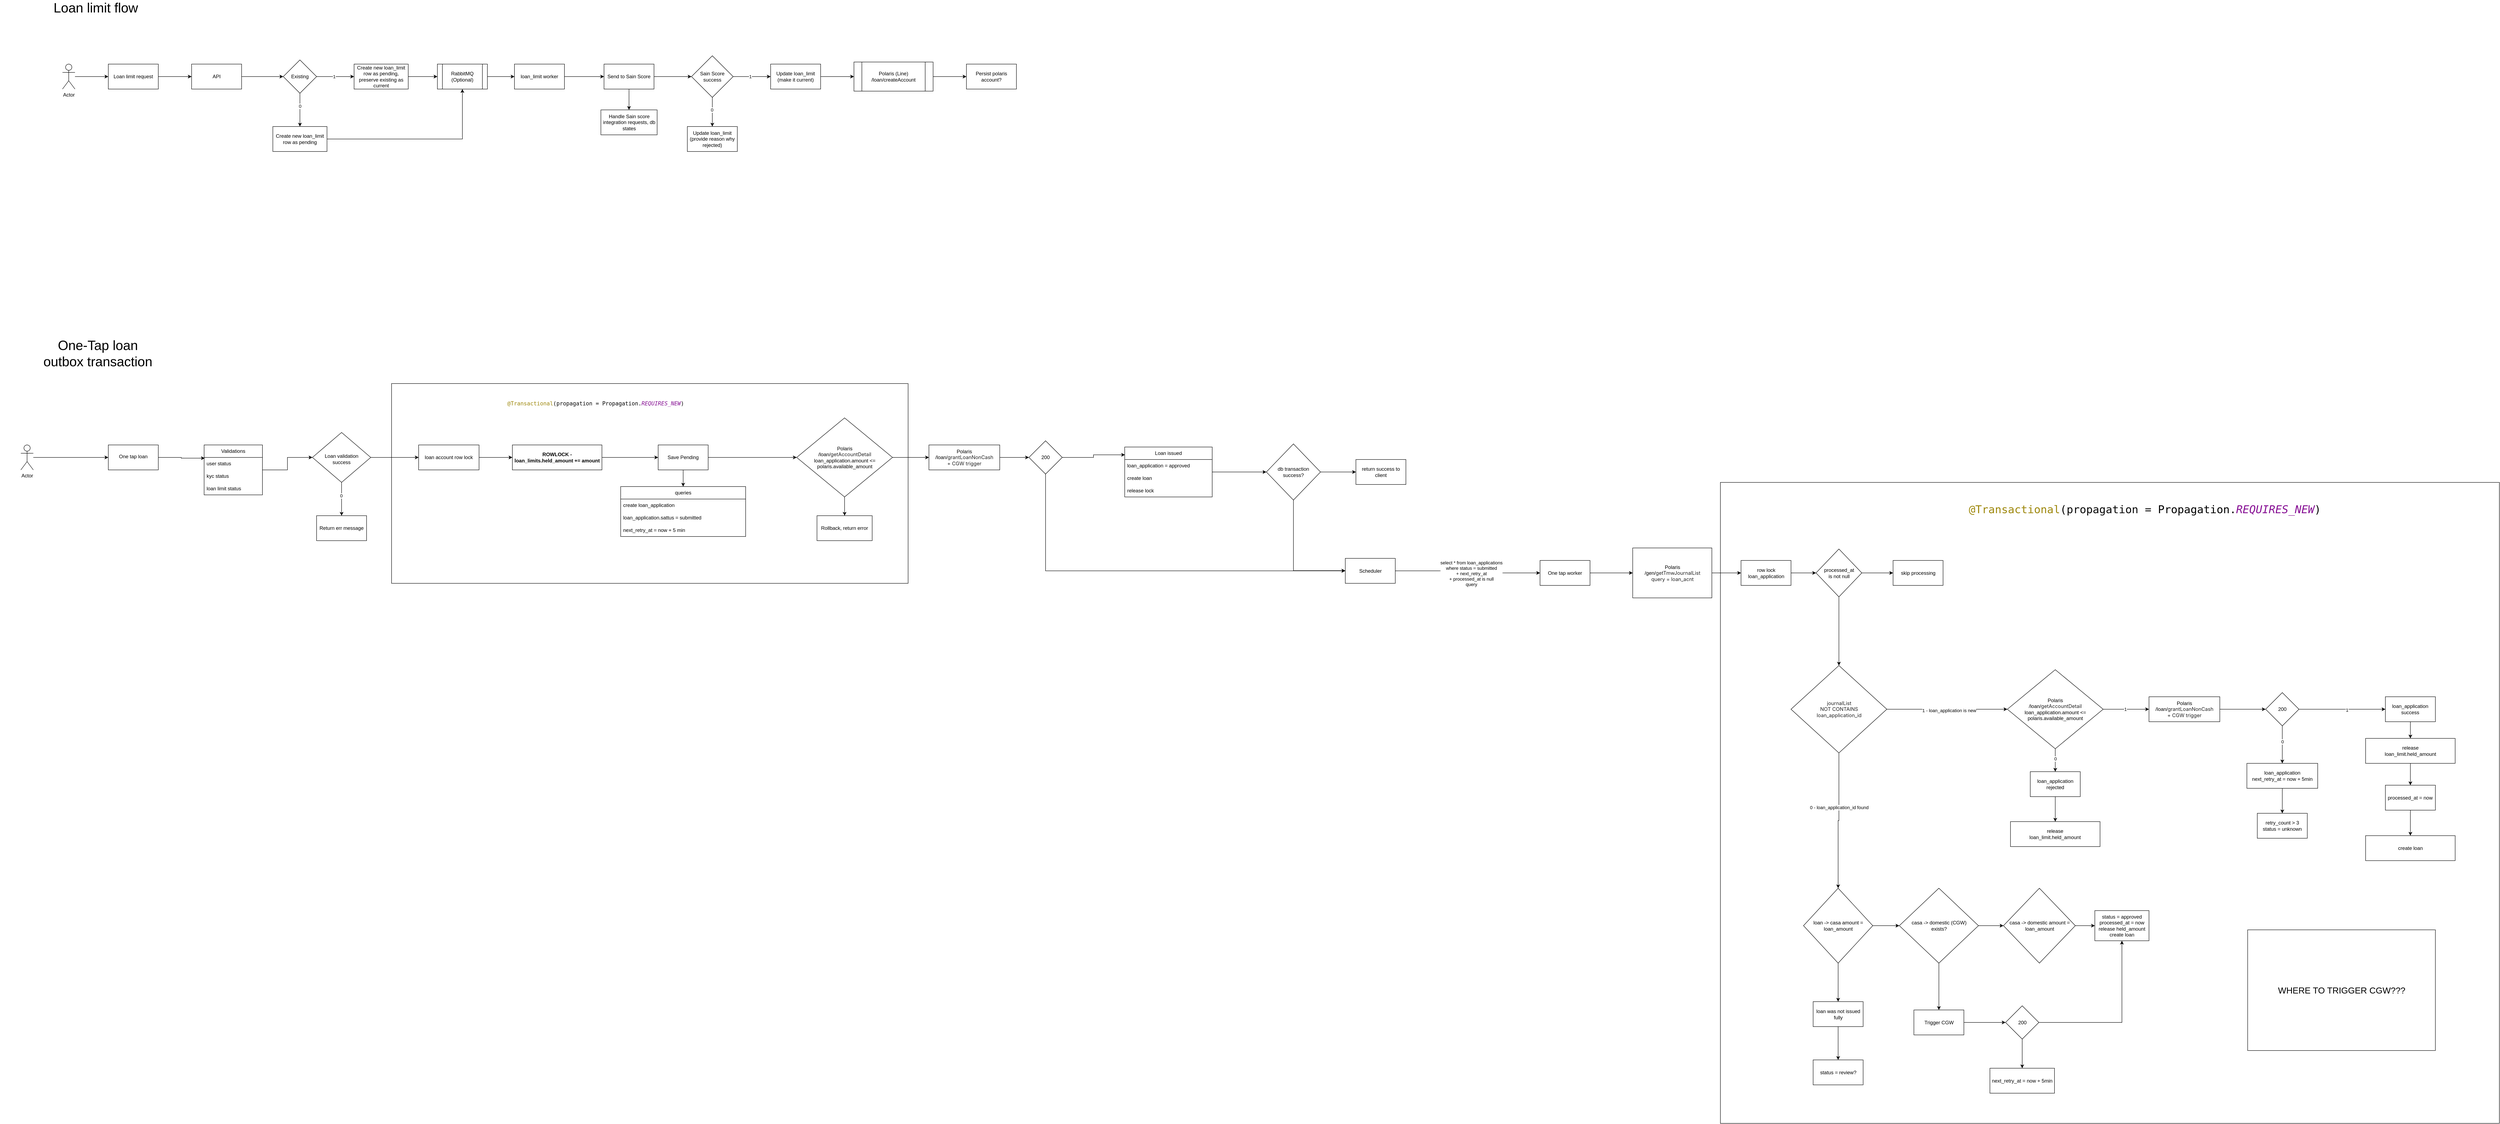
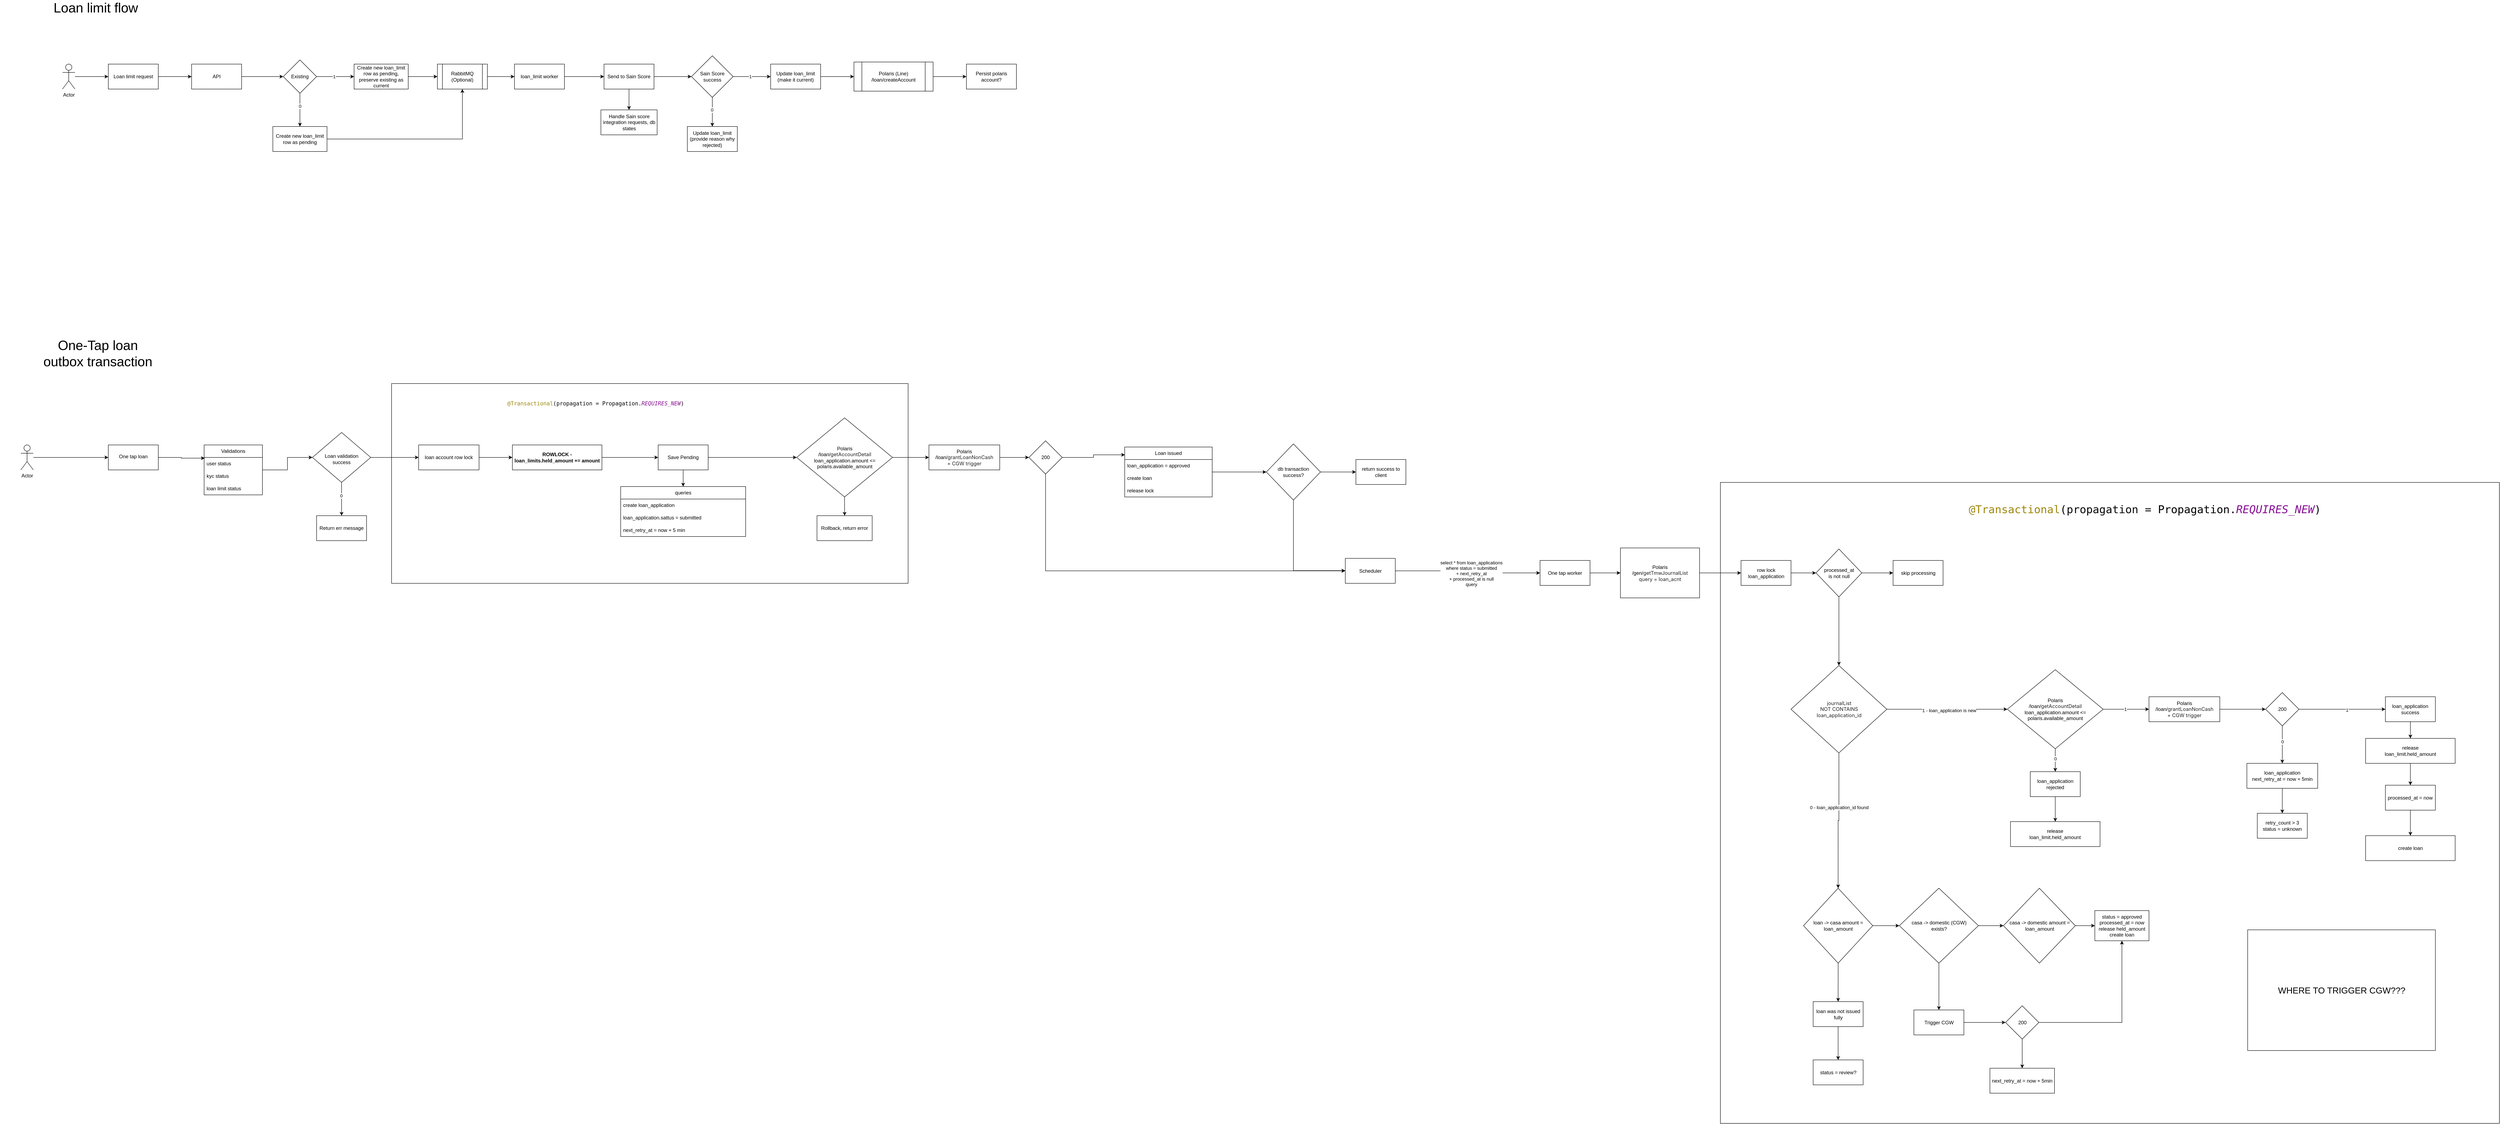
<mxfile host="app.diagrams.net">
  <diagram name="Page-1" id="VCBSuIh8bz7kurrQ0Zaz">
-     <mxGraphModel dx="3826" dy="1740" grid="1" gridSize="10" guides="1" tooltips="1" connect="1" arrows="1" fold="1" page="1" pageScale="1" pageWidth="850" pageHeight="1100" math="0" shadow="0">
+     <mxGraphModel dx="2425" dy="921" grid="1" gridSize="10" guides="1" tooltips="1" connect="1" arrows="1" fold="1" page="1" pageScale="1" pageWidth="850" pageHeight="1100" math="0" shadow="0">
      <root>
        <mxCell id="0" />
        <mxCell id="1" parent="0" />
        <mxCell id="In8fDh9ZLN2M87an2Miy-188" parent="1" style="rounded=0;whiteSpace=wrap;html=1;" value="" vertex="1">
          <mxGeometry height="1540" width="1870" x="4020" y="1215" as="geometry" />
        </mxCell>
        <mxCell id="In8fDh9ZLN2M87an2Miy-172" parent="1" style="rounded=0;whiteSpace=wrap;html=1;" value="" vertex="1">
          <mxGeometry height="480" width="1240" x="830" y="977.5" as="geometry" />
        </mxCell>
        <mxCell id="KqixbsF9o6dLofBvsG9t-5" edge="1" parent="1" source="KqixbsF9o6dLofBvsG9t-1" style="edgeStyle=orthogonalEdgeStyle;rounded=0;orthogonalLoop=1;jettySize=auto;html=1;" target="KqixbsF9o6dLofBvsG9t-4" value="">
          <mxGeometry relative="1" as="geometry" />
        </mxCell>
        <mxCell id="KqixbsF9o6dLofBvsG9t-1" parent="1" style="rounded=0;whiteSpace=wrap;html=1;" value="Loan limit request" vertex="1">
          <mxGeometry height="60" width="120" x="150" y="210" as="geometry" />
        </mxCell>
        <mxCell id="KqixbsF9o6dLofBvsG9t-3" edge="1" parent="1" source="KqixbsF9o6dLofBvsG9t-2" style="edgeStyle=orthogonalEdgeStyle;rounded=0;orthogonalLoop=1;jettySize=auto;html=1;" target="KqixbsF9o6dLofBvsG9t-1" value="">
          <mxGeometry relative="1" as="geometry" />
        </mxCell>
        <mxCell id="KqixbsF9o6dLofBvsG9t-2" parent="1" style="shape=umlActor;verticalLabelPosition=bottom;verticalAlign=top;html=1;outlineConnect=0;" value="Actor" vertex="1">
          <mxGeometry height="60" width="30" x="40" y="210" as="geometry" />
        </mxCell>
        <mxCell id="KqixbsF9o6dLofBvsG9t-9" edge="1" parent="1" source="KqixbsF9o6dLofBvsG9t-4" style="edgeStyle=orthogonalEdgeStyle;rounded=0;orthogonalLoop=1;jettySize=auto;html=1;" target="KqixbsF9o6dLofBvsG9t-8" value="">
          <mxGeometry relative="1" as="geometry" />
        </mxCell>
        <mxCell id="KqixbsF9o6dLofBvsG9t-4" parent="1" style="rounded=0;whiteSpace=wrap;html=1;" value="API" vertex="1">
          <mxGeometry height="60" width="120" x="350" y="210" as="geometry" />
        </mxCell>
        <mxCell id="KqixbsF9o6dLofBvsG9t-11" edge="1" parent="1" source="KqixbsF9o6dLofBvsG9t-8" style="edgeStyle=orthogonalEdgeStyle;rounded=0;orthogonalLoop=1;jettySize=auto;html=1;" target="KqixbsF9o6dLofBvsG9t-10" value="">
          <mxGeometry relative="1" as="geometry" />
        </mxCell>
        <mxCell id="KqixbsF9o6dLofBvsG9t-12" connectable="0" parent="KqixbsF9o6dLofBvsG9t-11" style="edgeLabel;html=1;align=center;verticalAlign=middle;resizable=0;points=[];" value="1" vertex="1">
          <mxGeometry relative="1" x="-0.079" as="geometry">
            <mxPoint as="offset" />
          </mxGeometry>
        </mxCell>
        <mxCell id="KqixbsF9o6dLofBvsG9t-14" edge="1" parent="1" source="KqixbsF9o6dLofBvsG9t-8" style="edgeStyle=orthogonalEdgeStyle;rounded=0;orthogonalLoop=1;jettySize=auto;html=1;" target="KqixbsF9o6dLofBvsG9t-13" value="">
          <mxGeometry relative="1" as="geometry" />
        </mxCell>
        <mxCell id="KqixbsF9o6dLofBvsG9t-15" connectable="0" parent="KqixbsF9o6dLofBvsG9t-14" style="edgeLabel;html=1;align=center;verticalAlign=middle;resizable=0;points=[];" value="0" vertex="1">
          <mxGeometry relative="1" x="-0.2407" as="geometry">
            <mxPoint as="offset" />
          </mxGeometry>
        </mxCell>
        <mxCell id="KqixbsF9o6dLofBvsG9t-8" parent="1" style="rhombus;whiteSpace=wrap;html=1;rounded=0;" value="Existing" vertex="1">
          <mxGeometry height="80" width="80" x="570" y="200" as="geometry" />
        </mxCell>
        <mxCell id="KqixbsF9o6dLofBvsG9t-23" edge="1" parent="1" source="KqixbsF9o6dLofBvsG9t-10" style="edgeStyle=orthogonalEdgeStyle;rounded=0;orthogonalLoop=1;jettySize=auto;html=1;" target="KqixbsF9o6dLofBvsG9t-22" value="">
          <mxGeometry relative="1" as="geometry" />
        </mxCell>
        <mxCell id="KqixbsF9o6dLofBvsG9t-10" parent="1" style="whiteSpace=wrap;html=1;rounded=0;" value="Create new loan_limit row as pending, preserve existing as current" vertex="1">
          <mxGeometry height="60" width="130" x="740" y="210" as="geometry" />
        </mxCell>
        <mxCell id="KqixbsF9o6dLofBvsG9t-26" edge="1" parent="1" source="KqixbsF9o6dLofBvsG9t-13" style="edgeStyle=orthogonalEdgeStyle;rounded=0;orthogonalLoop=1;jettySize=auto;html=1;entryX=0.5;entryY=1;entryDx=0;entryDy=0;" target="KqixbsF9o6dLofBvsG9t-22">
          <mxGeometry relative="1" as="geometry" />
        </mxCell>
        <mxCell id="KqixbsF9o6dLofBvsG9t-13" parent="1" style="whiteSpace=wrap;html=1;rounded=0;" value="Create new loan_limit row as pending" vertex="1">
          <mxGeometry height="60" width="130" x="545" y="360" as="geometry" />
        </mxCell>
        <mxCell id="KqixbsF9o6dLofBvsG9t-25" edge="1" parent="1" source="KqixbsF9o6dLofBvsG9t-22" style="edgeStyle=orthogonalEdgeStyle;rounded=0;orthogonalLoop=1;jettySize=auto;html=1;" target="KqixbsF9o6dLofBvsG9t-24" value="">
          <mxGeometry relative="1" as="geometry" />
        </mxCell>
        <mxCell id="KqixbsF9o6dLofBvsG9t-22" parent="1" style="shape=process;whiteSpace=wrap;html=1;backgroundOutline=1;rounded=0;" value="RabbitMQ (Optional)" vertex="1">
          <mxGeometry height="60" width="120" x="940" y="210" as="geometry" />
        </mxCell>
        <mxCell id="KqixbsF9o6dLofBvsG9t-28" edge="1" parent="1" source="KqixbsF9o6dLofBvsG9t-24" style="edgeStyle=orthogonalEdgeStyle;rounded=0;orthogonalLoop=1;jettySize=auto;html=1;" target="KqixbsF9o6dLofBvsG9t-27" value="">
          <mxGeometry relative="1" as="geometry" />
        </mxCell>
        <mxCell id="KqixbsF9o6dLofBvsG9t-24" parent="1" style="whiteSpace=wrap;html=1;rounded=0;" value="loan_limit worker" vertex="1">
          <mxGeometry height="60" width="120" x="1125" y="210" as="geometry" />
        </mxCell>
        <mxCell id="KqixbsF9o6dLofBvsG9t-30" edge="1" parent="1" source="KqixbsF9o6dLofBvsG9t-27" style="edgeStyle=orthogonalEdgeStyle;rounded=0;orthogonalLoop=1;jettySize=auto;html=1;" target="KqixbsF9o6dLofBvsG9t-29" value="">
          <mxGeometry relative="1" as="geometry" />
        </mxCell>
        <mxCell id="KqixbsF9o6dLofBvsG9t-38" edge="1" parent="1" source="KqixbsF9o6dLofBvsG9t-27" style="edgeStyle=orthogonalEdgeStyle;rounded=0;orthogonalLoop=1;jettySize=auto;html=1;" target="KqixbsF9o6dLofBvsG9t-37" value="">
          <mxGeometry relative="1" as="geometry" />
        </mxCell>
        <mxCell id="KqixbsF9o6dLofBvsG9t-27" parent="1" style="whiteSpace=wrap;html=1;rounded=0;" value="Send to Sain Score" vertex="1">
          <mxGeometry height="60" width="120" x="1340" y="210" as="geometry" />
        </mxCell>
        <mxCell id="KqixbsF9o6dLofBvsG9t-32" edge="1" parent="1" source="KqixbsF9o6dLofBvsG9t-29" style="edgeStyle=orthogonalEdgeStyle;rounded=0;orthogonalLoop=1;jettySize=auto;html=1;" target="KqixbsF9o6dLofBvsG9t-31" value="">
          <mxGeometry relative="1" as="geometry" />
        </mxCell>
        <mxCell id="KqixbsF9o6dLofBvsG9t-33" connectable="0" parent="KqixbsF9o6dLofBvsG9t-32" style="edgeLabel;html=1;align=center;verticalAlign=middle;resizable=0;points=[];" value="1" vertex="1">
          <mxGeometry relative="1" x="-0.1048" as="geometry">
            <mxPoint as="offset" />
          </mxGeometry>
        </mxCell>
        <mxCell id="KqixbsF9o6dLofBvsG9t-35" edge="1" parent="1" source="KqixbsF9o6dLofBvsG9t-29" style="edgeStyle=orthogonalEdgeStyle;rounded=0;orthogonalLoop=1;jettySize=auto;html=1;" target="KqixbsF9o6dLofBvsG9t-34" value="">
          <mxGeometry relative="1" as="geometry" />
        </mxCell>
        <mxCell id="KqixbsF9o6dLofBvsG9t-36" connectable="0" parent="KqixbsF9o6dLofBvsG9t-35" style="edgeLabel;html=1;align=center;verticalAlign=middle;resizable=0;points=[];" value="0" vertex="1">
          <mxGeometry relative="1" x="-0.1429" y="-1" as="geometry">
            <mxPoint as="offset" />
          </mxGeometry>
        </mxCell>
        <mxCell id="KqixbsF9o6dLofBvsG9t-29" parent="1" style="rhombus;whiteSpace=wrap;html=1;rounded=0;" value="Sain Score success" vertex="1">
          <mxGeometry height="100" width="100" x="1550" y="190" as="geometry" />
        </mxCell>
        <mxCell id="KqixbsF9o6dLofBvsG9t-66" edge="1" parent="1" source="KqixbsF9o6dLofBvsG9t-31" style="edgeStyle=orthogonalEdgeStyle;rounded=0;orthogonalLoop=1;jettySize=auto;html=1;" target="KqixbsF9o6dLofBvsG9t-65" value="">
          <mxGeometry relative="1" as="geometry" />
        </mxCell>
        <mxCell id="KqixbsF9o6dLofBvsG9t-31" parent="1" style="whiteSpace=wrap;html=1;rounded=0;" value="Update loan_limit (make it current)" vertex="1">
          <mxGeometry height="60" width="120" x="1740" y="210" as="geometry" />
        </mxCell>
        <mxCell id="KqixbsF9o6dLofBvsG9t-34" parent="1" style="whiteSpace=wrap;html=1;rounded=0;" value="Update loan_limit&lt;br&gt;(provide reason why rejected)" vertex="1">
          <mxGeometry height="60" width="120" x="1540" y="360" as="geometry" />
        </mxCell>
        <mxCell id="KqixbsF9o6dLofBvsG9t-37" parent="1" style="whiteSpace=wrap;html=1;rounded=0;" value="Handle Sain score integration requests, db states" vertex="1">
          <mxGeometry height="60" width="135" x="1332.5" y="320" as="geometry" />
        </mxCell>
        <mxCell id="KqixbsF9o6dLofBvsG9t-40" parent="1" style="text;html=1;whiteSpace=wrap;strokeColor=none;fillColor=none;align=center;verticalAlign=middle;rounded=0;fontSize=32;" value="Loan limit flow" vertex="1">
          <mxGeometry height="30" width="260" x="-10" y="60" as="geometry" />
        </mxCell>
        <mxCell id="KqixbsF9o6dLofBvsG9t-74" edge="1" parent="1" source="KqixbsF9o6dLofBvsG9t-65" style="edgeStyle=orthogonalEdgeStyle;rounded=0;orthogonalLoop=1;jettySize=auto;html=1;" target="KqixbsF9o6dLofBvsG9t-73" value="">
          <mxGeometry relative="1" as="geometry" />
        </mxCell>
        <mxCell id="KqixbsF9o6dLofBvsG9t-65" parent="1" style="shape=process;whiteSpace=wrap;html=1;backgroundOutline=1;rounded=0;" value="Polaris (Line)&lt;br&gt;/loan/createAccount" vertex="1">
          <mxGeometry height="70" width="190" x="1940" y="205" as="geometry" />
        </mxCell>
        <mxCell id="KqixbsF9o6dLofBvsG9t-73" parent="1" style="whiteSpace=wrap;html=1;rounded=0;" value="Persist polaris account?" vertex="1">
          <mxGeometry height="60" width="120" x="2210" y="210" as="geometry" />
        </mxCell>
        <mxCell id="U8Ajh8Gpa-m2DNKNFQys-1" parent="1" style="text;html=1;whiteSpace=wrap;strokeColor=none;fillColor=none;align=center;verticalAlign=middle;rounded=0;fontSize=32;" value="One-Tap loan&lt;br&gt;outbox transaction" vertex="1">
          <mxGeometry height="30" width="470" x="-110" y="890" as="geometry" />
        </mxCell>
        <mxCell id="In8fDh9ZLN2M87an2Miy-1" edge="1" parent="1" source="In8fDh9ZLN2M87an2Miy-2" style="edgeStyle=orthogonalEdgeStyle;rounded=0;orthogonalLoop=1;jettySize=auto;html=1;" target="In8fDh9ZLN2M87an2Miy-4" value="">
          <mxGeometry relative="1" as="geometry" />
        </mxCell>
        <mxCell id="In8fDh9ZLN2M87an2Miy-2" parent="1" style="shape=umlActor;verticalLabelPosition=bottom;verticalAlign=top;html=1;outlineConnect=0;" value="Actor" vertex="1">
          <mxGeometry height="60" width="30" x="-60" y="1125" as="geometry" />
        </mxCell>
        <mxCell id="In8fDh9ZLN2M87an2Miy-3" edge="1" parent="1" source="In8fDh9ZLN2M87an2Miy-4" style="edgeStyle=orthogonalEdgeStyle;rounded=0;orthogonalLoop=1;jettySize=auto;html=1;entryX=0.011;entryY=0.06;entryDx=0;entryDy=0;entryPerimeter=0;" target="In8fDh9ZLN2M87an2Miy-28" value="">
          <mxGeometry relative="1" as="geometry">
            <mxPoint x="360" y="1155" as="targetPoint" />
          </mxGeometry>
        </mxCell>
        <mxCell id="In8fDh9ZLN2M87an2Miy-4" parent="1" style="whiteSpace=wrap;html=1;verticalAlign=top;" value="&lt;div&gt;&lt;br&gt;&lt;/div&gt;&lt;div&gt;One tap loan&lt;/div&gt;" vertex="1">
          <mxGeometry height="60" width="120" x="150" y="1125" as="geometry" />
        </mxCell>
        <mxCell id="In8fDh9ZLN2M87an2Miy-7" edge="1" parent="1" source="In8fDh9ZLN2M87an2Miy-9" style="edgeStyle=orthogonalEdgeStyle;rounded=0;orthogonalLoop=1;jettySize=auto;html=1;" target="In8fDh9ZLN2M87an2Miy-13" value="">
          <mxGeometry relative="1" as="geometry" />
        </mxCell>
        <mxCell id="In8fDh9ZLN2M87an2Miy-8" connectable="0" parent="In8fDh9ZLN2M87an2Miy-7" style="edgeLabel;html=1;align=center;verticalAlign=middle;resizable=0;points=[];" value="0" vertex="1">
          <mxGeometry relative="1" x="-0.2091" y="-1" as="geometry">
            <mxPoint as="offset" />
          </mxGeometry>
        </mxCell>
        <mxCell id="In8fDh9ZLN2M87an2Miy-163" edge="1" parent="1" source="In8fDh9ZLN2M87an2Miy-9" style="edgeStyle=orthogonalEdgeStyle;rounded=0;orthogonalLoop=1;jettySize=auto;html=1;entryX=0;entryY=0.5;entryDx=0;entryDy=0;" target="In8fDh9ZLN2M87an2Miy-161">
          <mxGeometry relative="1" as="geometry" />
        </mxCell>
        <mxCell id="In8fDh9ZLN2M87an2Miy-9" parent="1" style="rhombus;whiteSpace=wrap;html=1;verticalAlign=top;" value="&lt;br&gt;&lt;br&gt;&lt;div&gt;&lt;br&gt;&lt;/div&gt;&lt;div&gt;Loan validation&lt;br&gt;success&lt;/div&gt;" vertex="1">
          <mxGeometry height="120" width="140" x="640" y="1095" as="geometry" />
        </mxCell>
        <mxCell id="In8fDh9ZLN2M87an2Miy-10" edge="1" parent="1" source="In8fDh9ZLN2M87an2Miy-12" style="edgeStyle=orthogonalEdgeStyle;rounded=0;orthogonalLoop=1;jettySize=auto;html=1;entryX=0.5;entryY=0;entryDx=0;entryDy=0;" target="In8fDh9ZLN2M87an2Miy-14">
          <mxGeometry relative="1" as="geometry" />
        </mxCell>
        <mxCell id="In8fDh9ZLN2M87an2Miy-54" edge="1" parent="1" source="In8fDh9ZLN2M87an2Miy-105" style="edgeStyle=orthogonalEdgeStyle;rounded=0;orthogonalLoop=1;jettySize=auto;html=1;exitX=1;exitY=0.5;exitDx=0;exitDy=0;" target="In8fDh9ZLN2M87an2Miy-53" value="">
          <mxGeometry relative="1" as="geometry">
            <mxPoint x="3329.5" y="1432.5" as="sourcePoint" />
          </mxGeometry>
        </mxCell>
        <mxCell id="In8fDh9ZLN2M87an2Miy-55" connectable="0" parent="In8fDh9ZLN2M87an2Miy-54" style="edgeLabel;html=1;align=center;verticalAlign=middle;resizable=0;points=[];" value="select * from loan_applications&lt;br&gt;where status = submitted&lt;br&gt;+ next_retry_at&lt;br&gt;+ processed_at is null&lt;br&gt;query" vertex="1">
          <mxGeometry relative="1" x="0.0637" y="-1" as="geometry">
            <mxPoint as="offset" />
          </mxGeometry>
        </mxCell>
        <mxCell id="In8fDh9ZLN2M87an2Miy-173" edge="1" parent="1" source="In8fDh9ZLN2M87an2Miy-12" style="edgeStyle=orthogonalEdgeStyle;rounded=0;orthogonalLoop=1;jettySize=auto;html=1;entryX=0;entryY=0.5;entryDx=0;entryDy=0;" target="In8fDh9ZLN2M87an2Miy-152">
          <mxGeometry relative="1" as="geometry" />
        </mxCell>
        <mxCell id="In8fDh9ZLN2M87an2Miy-12" parent="1" style="whiteSpace=wrap;html=1;verticalAlign=middle;" value="Save Pending" vertex="1">
          <mxGeometry height="60" width="120" x="1470" y="1125" as="geometry" />
        </mxCell>
        <mxCell id="In8fDh9ZLN2M87an2Miy-13" parent="1" style="whiteSpace=wrap;html=1;verticalAlign=middle;" value="Return err message" vertex="1">
          <mxGeometry height="60" width="120" x="650" y="1295" as="geometry" />
        </mxCell>
        <mxCell id="In8fDh9ZLN2M87an2Miy-14" parent="1" style="swimlane;fontStyle=0;childLayout=stackLayout;horizontal=1;startSize=30;horizontalStack=0;resizeParent=1;resizeParentMax=0;resizeLast=0;collapsible=1;marginBottom=0;whiteSpace=wrap;html=1;" value="queries" vertex="1">
          <mxGeometry height="120" width="300" x="1380" y="1225" as="geometry" />
        </mxCell>
        <mxCell id="In8fDh9ZLN2M87an2Miy-15" parent="In8fDh9ZLN2M87an2Miy-14" style="text;strokeColor=none;fillColor=none;align=left;verticalAlign=middle;spacingLeft=4;spacingRight=4;overflow=hidden;points=[[0,0.5],[1,0.5]];portConstraint=eastwest;rotatable=0;whiteSpace=wrap;html=1;" value="create loan_application" vertex="1">
          <mxGeometry height="30" width="300" y="30" as="geometry" />
        </mxCell>
        <mxCell id="In8fDh9ZLN2M87an2Miy-104" parent="In8fDh9ZLN2M87an2Miy-14" style="text;strokeColor=none;fillColor=none;align=left;verticalAlign=middle;spacingLeft=4;spacingRight=4;overflow=hidden;points=[[0,0.5],[1,0.5]];portConstraint=eastwest;rotatable=0;whiteSpace=wrap;html=1;" value="loan_application.sattus = submitted" vertex="1">
          <mxGeometry height="30" width="300" y="60" as="geometry" />
        </mxCell>
        <mxCell id="In8fDh9ZLN2M87an2Miy-17" parent="In8fDh9ZLN2M87an2Miy-14" style="text;strokeColor=none;fillColor=none;align=left;verticalAlign=middle;spacingLeft=4;spacingRight=4;overflow=hidden;points=[[0,0.5],[1,0.5]];portConstraint=eastwest;rotatable=0;whiteSpace=wrap;html=1;" value="next_retry_at = now + 5 min" vertex="1">
          <mxGeometry height="30" width="300" y="90" as="geometry" />
        </mxCell>
        <mxCell id="In8fDh9ZLN2M87an2Miy-32" edge="1" parent="1" source="In8fDh9ZLN2M87an2Miy-27" style="edgeStyle=orthogonalEdgeStyle;rounded=0;orthogonalLoop=1;jettySize=auto;html=1;entryX=0;entryY=0.5;entryDx=0;entryDy=0;" target="In8fDh9ZLN2M87an2Miy-9">
          <mxGeometry relative="1" as="geometry" />
        </mxCell>
        <mxCell id="In8fDh9ZLN2M87an2Miy-27" parent="1" style="swimlane;fontStyle=0;childLayout=stackLayout;horizontal=1;startSize=30;horizontalStack=0;resizeParent=1;resizeParentMax=0;resizeLast=0;collapsible=1;marginBottom=0;whiteSpace=wrap;html=1;" value="Validations" vertex="1">
          <mxGeometry height="120" width="140" x="380" y="1125" as="geometry" />
        </mxCell>
        <mxCell id="In8fDh9ZLN2M87an2Miy-28" parent="In8fDh9ZLN2M87an2Miy-27" style="text;strokeColor=none;fillColor=none;align=left;verticalAlign=middle;spacingLeft=4;spacingRight=4;overflow=hidden;points=[[0,0.5],[1,0.5]];portConstraint=eastwest;rotatable=0;whiteSpace=wrap;html=1;" value="user status" vertex="1">
          <mxGeometry height="30" width="140" y="30" as="geometry" />
        </mxCell>
        <mxCell id="In8fDh9ZLN2M87an2Miy-29" parent="In8fDh9ZLN2M87an2Miy-27" style="text;strokeColor=none;fillColor=none;align=left;verticalAlign=middle;spacingLeft=4;spacingRight=4;overflow=hidden;points=[[0,0.5],[1,0.5]];portConstraint=eastwest;rotatable=0;whiteSpace=wrap;html=1;" value="kyc status" vertex="1">
          <mxGeometry height="30" width="140" y="60" as="geometry" />
        </mxCell>
        <mxCell id="In8fDh9ZLN2M87an2Miy-33" parent="In8fDh9ZLN2M87an2Miy-27" style="text;strokeColor=none;fillColor=none;align=left;verticalAlign=middle;spacingLeft=4;spacingRight=4;overflow=hidden;points=[[0,0.5],[1,0.5]];portConstraint=eastwest;rotatable=0;whiteSpace=wrap;html=1;" value="loan limit status" vertex="1">
          <mxGeometry height="30" width="140" y="90" as="geometry" />
        </mxCell>
        <mxCell id="In8fDh9ZLN2M87an2Miy-116" edge="1" parent="1" source="In8fDh9ZLN2M87an2Miy-53" style="edgeStyle=orthogonalEdgeStyle;rounded=0;orthogonalLoop=1;jettySize=auto;html=1;entryX=0;entryY=0.5;entryDx=0;entryDy=0;" target="In8fDh9ZLN2M87an2Miy-68">
          <mxGeometry relative="1" as="geometry" />
        </mxCell>
        <mxCell id="In8fDh9ZLN2M87an2Miy-53" parent="1" style="whiteSpace=wrap;html=1;" value="One tap worker" vertex="1">
          <mxGeometry height="60" width="120" x="3587" y="1402.5" as="geometry" />
        </mxCell>
        <mxCell id="In8fDh9ZLN2M87an2Miy-67" edge="1" parent="1" source="In8fDh9ZLN2M87an2Miy-58" style="edgeStyle=orthogonalEdgeStyle;rounded=0;orthogonalLoop=1;jettySize=auto;html=1;entryX=0;entryY=0.5;entryDx=0;entryDy=0;" target="In8fDh9ZLN2M87an2Miy-66" value="">
          <mxGeometry relative="1" as="geometry">
            <mxPoint x="5343.87" y="1760" as="targetPoint" />
          </mxGeometry>
        </mxCell>
        <mxCell id="In8fDh9ZLN2M87an2Miy-58" parent="1" style="whiteSpace=wrap;html=1;" value="Polaris /loan/&lt;span style=&quot;color: rgb(33, 33, 33); font-family: Inter, system-ui, -apple-system, &amp;quot;system-ui&amp;quot;, &amp;quot;Segoe UI&amp;quot;, Roboto, Oxygen, Ubuntu, Cantarell, &amp;quot;Fira Sans&amp;quot;, &amp;quot;Droid Sans&amp;quot;, Helvetica, Arial, sans-serif; text-align: left; white-space: pre-wrap; background-color: rgb(255, 255, 255);&quot;&gt;grantLoanNonCash&lt;br/&gt;+ CGW trigger&lt;/span&gt;" vertex="1">
          <mxGeometry height="60" width="170" x="5048.87" y="1730" as="geometry" />
        </mxCell>
        <mxCell id="In8fDh9ZLN2M87an2Miy-62" edge="1" parent="1" source="In8fDh9ZLN2M87an2Miy-59" style="edgeStyle=orthogonalEdgeStyle;rounded=0;orthogonalLoop=1;jettySize=auto;html=1;" target="In8fDh9ZLN2M87an2Miy-61" value="">
          <mxGeometry relative="1" as="geometry" />
        </mxCell>
        <mxCell id="In8fDh9ZLN2M87an2Miy-91" connectable="0" parent="In8fDh9ZLN2M87an2Miy-62" style="edgeLabel;html=1;align=center;verticalAlign=middle;resizable=0;points=[];" value="0" vertex="1">
          <mxGeometry relative="1" x="-0.1431" as="geometry">
            <mxPoint as="offset" />
          </mxGeometry>
        </mxCell>
        <mxCell id="In8fDh9ZLN2M87an2Miy-65" edge="1" parent="1" source="In8fDh9ZLN2M87an2Miy-59" style="edgeStyle=orthogonalEdgeStyle;rounded=0;orthogonalLoop=1;jettySize=auto;html=1;" target="In8fDh9ZLN2M87an2Miy-58">
          <mxGeometry relative="1" as="geometry" />
        </mxCell>
        <mxCell id="In8fDh9ZLN2M87an2Miy-90" connectable="0" parent="In8fDh9ZLN2M87an2Miy-65" style="edgeLabel;html=1;align=center;verticalAlign=middle;resizable=0;points=[];" value="1" vertex="1">
          <mxGeometry relative="1" x="-0.0451" as="geometry">
            <mxPoint as="offset" />
          </mxGeometry>
        </mxCell>
        <mxCell id="In8fDh9ZLN2M87an2Miy-59" parent="1" style="rhombus;whiteSpace=wrap;html=1;" value="Polaris&lt;br&gt;/loan/&lt;span style=&quot;color: rgb(33, 33, 33); font-family: Inter, system-ui, -apple-system, &amp;quot;system-ui&amp;quot;, &amp;quot;Segoe UI&amp;quot;, Roboto, Oxygen, Ubuntu, Cantarell, &amp;quot;Fira Sans&amp;quot;, &amp;quot;Droid Sans&amp;quot;, Helvetica, Arial, sans-serif; text-align: left; white-space: pre-wrap; background-color: rgb(255, 255, 255);&quot;&gt;getAccountDetail&lt;/span&gt;&lt;br&gt;loan_application.amount &amp;lt;= polaris.available_amount" vertex="1">
          <mxGeometry height="190" width="230" x="4708.87" y="1665" as="geometry" />
        </mxCell>
        <mxCell id="In8fDh9ZLN2M87an2Miy-64" edge="1" parent="1" source="In8fDh9ZLN2M87an2Miy-61" style="edgeStyle=orthogonalEdgeStyle;rounded=0;orthogonalLoop=1;jettySize=auto;html=1;" target="In8fDh9ZLN2M87an2Miy-63" value="">
          <mxGeometry relative="1" as="geometry" />
        </mxCell>
        <mxCell id="In8fDh9ZLN2M87an2Miy-61" parent="1" style="whiteSpace=wrap;html=1;" value="loan_application&lt;br&gt;rejected" vertex="1">
          <mxGeometry height="60" width="120" x="4763.87" y="1910" as="geometry" />
        </mxCell>
        <mxCell id="In8fDh9ZLN2M87an2Miy-63" parent="1" style="whiteSpace=wrap;html=1;" value="release &lt;br&gt;loan_limit.held_amount" vertex="1">
          <mxGeometry height="60" width="215" x="4716.37" y="2030" as="geometry" />
        </mxCell>
        <mxCell id="In8fDh9ZLN2M87an2Miy-81" edge="1" parent="1" source="In8fDh9ZLN2M87an2Miy-66" style="edgeStyle=orthogonalEdgeStyle;rounded=0;orthogonalLoop=1;jettySize=auto;html=1;entryX=0;entryY=0.5;entryDx=0;entryDy=0;" target="In8fDh9ZLN2M87an2Miy-79">
          <mxGeometry relative="1" as="geometry" />
        </mxCell>
        <mxCell id="In8fDh9ZLN2M87an2Miy-92" connectable="0" parent="In8fDh9ZLN2M87an2Miy-81" style="edgeLabel;html=1;align=center;verticalAlign=middle;resizable=0;points=[];" value="1" vertex="1">
          <mxGeometry relative="1" x="0.1055" y="-2" as="geometry">
            <mxPoint as="offset" />
          </mxGeometry>
        </mxCell>
        <mxCell id="In8fDh9ZLN2M87an2Miy-83" edge="1" parent="1" source="In8fDh9ZLN2M87an2Miy-66" style="edgeStyle=orthogonalEdgeStyle;rounded=0;orthogonalLoop=1;jettySize=auto;html=1;" target="In8fDh9ZLN2M87an2Miy-82" value="">
          <mxGeometry relative="1" as="geometry" />
        </mxCell>
        <mxCell id="In8fDh9ZLN2M87an2Miy-93" connectable="0" parent="In8fDh9ZLN2M87an2Miy-83" style="edgeLabel;html=1;align=center;verticalAlign=middle;resizable=0;points=[];" value="0" vertex="1">
          <mxGeometry relative="1" x="-0.1623" as="geometry">
            <mxPoint as="offset" />
          </mxGeometry>
        </mxCell>
        <mxCell id="In8fDh9ZLN2M87an2Miy-66" parent="1" style="rhombus;whiteSpace=wrap;html=1;" value="200" vertex="1">
          <mxGeometry height="80" width="80" x="5328.87" y="1720" as="geometry" />
        </mxCell>
        <mxCell id="In8fDh9ZLN2M87an2Miy-119" edge="1" parent="1" source="In8fDh9ZLN2M87an2Miy-68" style="edgeStyle=orthogonalEdgeStyle;rounded=0;orthogonalLoop=1;jettySize=auto;html=1;" target="In8fDh9ZLN2M87an2Miy-118" value="">
          <mxGeometry relative="1" as="geometry" />
        </mxCell>
        <mxCell id="In8fDh9ZLN2M87an2Miy-68" parent="1" style="whiteSpace=wrap;html=1;" value="Polaris&lt;br&gt;/gen/&lt;span style=&quot;white-space: pre-wrap; color: rgb(33, 33, 33); font-family: Inter, system-ui, -apple-system, &amp;quot;system-ui&amp;quot;, &amp;quot;Segoe UI&amp;quot;, Roboto, Oxygen, Ubuntu, Cantarell, &amp;quot;Fira Sans&amp;quot;, &amp;quot;Droid Sans&amp;quot;, Helvetica, Arial, sans-serif; text-align: left; background-color: rgb(255, 255, 255);&quot;&gt;getTmwJournalList&lt;br&gt;query = loan_acnt&lt;/span&gt;" vertex="1">
-           <mxGeometry height="120" width="190" x="3809.5" y="1372.5" as="geometry" />
+           <mxGeometry height="120" width="190" x="3780" y="1372.5" as="geometry" />
        </mxCell>
        <mxCell id="In8fDh9ZLN2M87an2Miy-71" edge="1" parent="1" source="In8fDh9ZLN2M87an2Miy-69" style="edgeStyle=orthogonalEdgeStyle;rounded=0;orthogonalLoop=1;jettySize=auto;html=1;entryX=0;entryY=0.5;entryDx=0;entryDy=0;" target="In8fDh9ZLN2M87an2Miy-59">
          <mxGeometry relative="1" as="geometry" />
        </mxCell>
        <mxCell id="In8fDh9ZLN2M87an2Miy-77" connectable="0" parent="In8fDh9ZLN2M87an2Miy-71" style="edgeLabel;html=1;align=center;verticalAlign=middle;resizable=0;points=[];" value="1 - loan_application is new" vertex="1">
          <mxGeometry relative="1" x="0.0312" y="-3" as="geometry">
            <mxPoint as="offset" />
          </mxGeometry>
        </mxCell>
        <mxCell id="In8fDh9ZLN2M87an2Miy-73" edge="1" parent="1" source="In8fDh9ZLN2M87an2Miy-69" style="edgeStyle=orthogonalEdgeStyle;rounded=0;orthogonalLoop=1;jettySize=auto;html=1;entryX=0.5;entryY=0;entryDx=0;entryDy=0;" target="In8fDh9ZLN2M87an2Miy-111" value="">
          <mxGeometry relative="1" as="geometry">
            <mxPoint x="4303.87" y="1960" as="targetPoint" />
          </mxGeometry>
        </mxCell>
        <mxCell id="In8fDh9ZLN2M87an2Miy-74" connectable="0" parent="In8fDh9ZLN2M87an2Miy-73" style="edgeLabel;html=1;align=center;verticalAlign=middle;resizable=0;points=[];" value="0 - loan_application_id found" vertex="1">
          <mxGeometry relative="1" x="-0.1975" as="geometry">
            <mxPoint as="offset" />
          </mxGeometry>
        </mxCell>
        <mxCell id="In8fDh9ZLN2M87an2Miy-69" parent="1" style="rhombus;whiteSpace=wrap;html=1;verticalAlign=middle;" value="&lt;div style=&quot;text-align: center;&quot;&gt;&lt;span style=&quot;background-color: light-dark(rgb(255, 255, 255), rgb(18, 18, 18)); color: light-dark(rgb(33, 33, 33), rgb(209, 209, 209)); font-family: Inter, system-ui, -apple-system, &amp;quot;system-ui&amp;quot;, &amp;quot;Segoe UI&amp;quot;, Roboto, Oxygen, Ubuntu, Cantarell, &amp;quot;Fira Sans&amp;quot;, &amp;quot;Droid Sans&amp;quot;, Helvetica, Arial, sans-serif; text-align: left; white-space: pre-wrap;&quot;&gt;journalList&lt;br&gt;NOT CONTAINS&lt;/span&gt;&lt;/div&gt;&lt;span style=&quot;white-space: pre-wrap; color: rgb(33, 33, 33); font-family: Inter, system-ui, -apple-system, &amp;quot;system-ui&amp;quot;, &amp;quot;Segoe UI&amp;quot;, Roboto, Oxygen, Ubuntu, Cantarell, &amp;quot;Fira Sans&amp;quot;, &amp;quot;Droid Sans&amp;quot;, Helvetica, Arial, sans-serif; text-align: left; background-color: rgb(255, 255, 255);&quot;&gt;loan_application_id&lt;/span&gt;" vertex="1">
          <mxGeometry height="210" width="230" x="4189.5" y="1655" as="geometry" />
        </mxCell>
        <mxCell id="In8fDh9ZLN2M87an2Miy-78" edge="1" parent="1" source="In8fDh9ZLN2M87an2Miy-79" style="edgeStyle=orthogonalEdgeStyle;rounded=0;orthogonalLoop=1;jettySize=auto;html=1;" target="In8fDh9ZLN2M87an2Miy-80" value="">
          <mxGeometry relative="1" as="geometry" />
        </mxCell>
        <mxCell id="In8fDh9ZLN2M87an2Miy-79" parent="1" style="whiteSpace=wrap;html=1;" value="loan_application&lt;br&gt;success" vertex="1">
          <mxGeometry height="60" width="120" x="5616.37" y="1730" as="geometry" />
        </mxCell>
        <mxCell id="In8fDh9ZLN2M87an2Miy-132" edge="1" parent="1" source="In8fDh9ZLN2M87an2Miy-80" style="edgeStyle=orthogonalEdgeStyle;rounded=0;orthogonalLoop=1;jettySize=auto;html=1;" target="In8fDh9ZLN2M87an2Miy-131" value="">
          <mxGeometry relative="1" as="geometry" />
        </mxCell>
        <mxCell id="In8fDh9ZLN2M87an2Miy-80" parent="1" style="whiteSpace=wrap;html=1;" value="release &lt;br&gt;loan_limit.held_amount" vertex="1">
          <mxGeometry height="60" width="215" x="5568.87" y="1830" as="geometry" />
        </mxCell>
        <mxCell id="In8fDh9ZLN2M87an2Miy-95" edge="1" parent="1" source="In8fDh9ZLN2M87an2Miy-82" style="edgeStyle=orthogonalEdgeStyle;rounded=0;orthogonalLoop=1;jettySize=auto;html=1;" target="In8fDh9ZLN2M87an2Miy-94" value="">
          <mxGeometry relative="1" as="geometry" />
        </mxCell>
        <mxCell id="In8fDh9ZLN2M87an2Miy-82" parent="1" style="whiteSpace=wrap;html=1;" value="loan_application&lt;br&gt;next_retry_at = now + 5min" vertex="1">
          <mxGeometry height="60" width="170" x="5283.87" y="1890" as="geometry" />
        </mxCell>
        <mxCell id="In8fDh9ZLN2M87an2Miy-88" parent="1" style="whiteSpace=wrap;html=1;" value="create loan" vertex="1">
          <mxGeometry height="60" width="215" x="5568.87" y="2063.75" as="geometry" />
        </mxCell>
        <mxCell id="In8fDh9ZLN2M87an2Miy-94" parent="1" style="whiteSpace=wrap;html=1;" value="retry_count &amp;gt; 3&lt;br&gt;status = unknown" vertex="1">
          <mxGeometry height="60" width="120" x="5308.87" y="2010" as="geometry" />
        </mxCell>
        <mxCell id="In8fDh9ZLN2M87an2Miy-105" parent="1" style="rounded=0;whiteSpace=wrap;html=1;" value="Scheduler" vertex="1">
          <mxGeometry height="60" width="120" x="3119.5" y="1397.5" as="geometry" />
        </mxCell>
        <mxCell id="In8fDh9ZLN2M87an2Miy-127" edge="1" parent="1" source="In8fDh9ZLN2M87an2Miy-111" style="edgeStyle=orthogonalEdgeStyle;rounded=0;orthogonalLoop=1;jettySize=auto;html=1;" target="In8fDh9ZLN2M87an2Miy-126" value="">
          <mxGeometry relative="1" as="geometry" />
        </mxCell>
        <mxCell id="In8fDh9ZLN2M87an2Miy-135" edge="1" parent="1" source="In8fDh9ZLN2M87an2Miy-111" style="edgeStyle=orthogonalEdgeStyle;rounded=0;orthogonalLoop=1;jettySize=auto;html=1;entryX=0;entryY=0.5;entryDx=0;entryDy=0;" target="In8fDh9ZLN2M87an2Miy-134">
          <mxGeometry relative="1" as="geometry" />
        </mxCell>
        <mxCell id="In8fDh9ZLN2M87an2Miy-111" parent="1" style="rhombus;whiteSpace=wrap;html=1;" value="loan -&amp;gt; casa amount = loan_amount" vertex="1">
          <mxGeometry height="180" width="166.25" x="4219.5" y="2190" as="geometry" />
        </mxCell>
        <mxCell id="In8fDh9ZLN2M87an2Miy-113" parent="1" style="whiteSpace=wrap;html=1;" value="status = approved&lt;br&gt;processed_at = now&lt;br&gt;release held_amount&lt;br&gt;create loan" vertex="1">
          <mxGeometry height="72.5" width="130" x="4918.87" y="2243.75" as="geometry" />
        </mxCell>
        <mxCell id="In8fDh9ZLN2M87an2Miy-122" edge="1" parent="1" source="In8fDh9ZLN2M87an2Miy-118" style="edgeStyle=orthogonalEdgeStyle;rounded=0;orthogonalLoop=1;jettySize=auto;html=1;" target="In8fDh9ZLN2M87an2Miy-121" value="">
          <mxGeometry relative="1" as="geometry" />
        </mxCell>
        <mxCell id="In8fDh9ZLN2M87an2Miy-118" parent="1" style="whiteSpace=wrap;html=1;" value="row lock&lt;br&gt;loan_application" vertex="1">
          <mxGeometry height="60" width="120" x="4069.5" y="1402.5" as="geometry" />
        </mxCell>
        <mxCell id="In8fDh9ZLN2M87an2Miy-124" edge="1" parent="1" source="In8fDh9ZLN2M87an2Miy-121" style="edgeStyle=orthogonalEdgeStyle;rounded=0;orthogonalLoop=1;jettySize=auto;html=1;" target="In8fDh9ZLN2M87an2Miy-123" value="">
          <mxGeometry relative="1" as="geometry" />
        </mxCell>
        <mxCell id="In8fDh9ZLN2M87an2Miy-125" edge="1" parent="1" source="In8fDh9ZLN2M87an2Miy-121" style="edgeStyle=orthogonalEdgeStyle;rounded=0;orthogonalLoop=1;jettySize=auto;html=1;entryX=0.5;entryY=0;entryDx=0;entryDy=0;" target="In8fDh9ZLN2M87an2Miy-69">
          <mxGeometry relative="1" as="geometry" />
        </mxCell>
        <mxCell id="In8fDh9ZLN2M87an2Miy-121" parent="1" style="rhombus;whiteSpace=wrap;html=1;" value="processed_at &lt;br&gt;is not null" vertex="1">
          <mxGeometry height="115" width="110" x="4249.5" y="1375" as="geometry" />
        </mxCell>
        <mxCell id="In8fDh9ZLN2M87an2Miy-123" parent="1" style="whiteSpace=wrap;html=1;" value="skip processing" vertex="1">
          <mxGeometry height="60" width="120" x="4434.5" y="1402.5" as="geometry" />
        </mxCell>
        <mxCell id="In8fDh9ZLN2M87an2Miy-129" edge="1" parent="1" source="In8fDh9ZLN2M87an2Miy-126" style="edgeStyle=orthogonalEdgeStyle;rounded=0;orthogonalLoop=1;jettySize=auto;html=1;" target="In8fDh9ZLN2M87an2Miy-128" value="">
          <mxGeometry relative="1" as="geometry" />
        </mxCell>
        <mxCell id="In8fDh9ZLN2M87an2Miy-126" parent="1" style="whiteSpace=wrap;html=1;" value="loan was not issued fully" vertex="1">
          <mxGeometry height="60" width="120" x="4242.625" y="2462.5" as="geometry" />
        </mxCell>
        <mxCell id="In8fDh9ZLN2M87an2Miy-128" parent="1" style="whiteSpace=wrap;html=1;" value="status = review?" vertex="1">
          <mxGeometry height="60" width="120" x="4242.625" y="2602.5" as="geometry" />
        </mxCell>
        <mxCell id="In8fDh9ZLN2M87an2Miy-130" parent="1" style="rounded=0;whiteSpace=wrap;html=1;fontSize=21;" value="WHERE TO TRIGGER CGW???" vertex="1">
          <mxGeometry height="290" width="450.63" x="5285.74" y="2290" as="geometry" />
        </mxCell>
        <mxCell id="In8fDh9ZLN2M87an2Miy-133" edge="1" parent="1" source="In8fDh9ZLN2M87an2Miy-131" style="edgeStyle=orthogonalEdgeStyle;rounded=0;orthogonalLoop=1;jettySize=auto;html=1;" target="In8fDh9ZLN2M87an2Miy-88" value="">
          <mxGeometry relative="1" as="geometry" />
        </mxCell>
        <mxCell id="In8fDh9ZLN2M87an2Miy-131" parent="1" style="whiteSpace=wrap;html=1;" value="processed_at = now" vertex="1">
          <mxGeometry height="60" width="120" x="5616.37" y="1942.5" as="geometry" />
        </mxCell>
        <mxCell id="In8fDh9ZLN2M87an2Miy-141" edge="1" parent="1" source="In8fDh9ZLN2M87an2Miy-134" style="edgeStyle=orthogonalEdgeStyle;rounded=0;orthogonalLoop=1;jettySize=auto;html=1;entryX=0;entryY=0.5;entryDx=0;entryDy=0;" target="In8fDh9ZLN2M87an2Miy-139">
          <mxGeometry relative="1" as="geometry" />
        </mxCell>
        <mxCell id="In8fDh9ZLN2M87an2Miy-145" edge="1" parent="1" source="In8fDh9ZLN2M87an2Miy-134" style="edgeStyle=orthogonalEdgeStyle;rounded=0;orthogonalLoop=1;jettySize=auto;html=1;" target="In8fDh9ZLN2M87an2Miy-144" value="">
          <mxGeometry relative="1" as="geometry" />
        </mxCell>
        <mxCell id="In8fDh9ZLN2M87an2Miy-134" parent="1" style="rhombus;whiteSpace=wrap;html=1;" value="casa -&amp;gt; domestic (CGW)&lt;br&gt;exists?" vertex="1">
          <mxGeometry height="180" width="190" x="4449.5" y="2190" as="geometry" />
        </mxCell>
        <mxCell id="In8fDh9ZLN2M87an2Miy-142" edge="1" parent="1" source="In8fDh9ZLN2M87an2Miy-139" style="edgeStyle=orthogonalEdgeStyle;rounded=0;orthogonalLoop=1;jettySize=auto;html=1;entryX=0;entryY=0.5;entryDx=0;entryDy=0;" target="In8fDh9ZLN2M87an2Miy-113">
          <mxGeometry relative="1" as="geometry" />
        </mxCell>
        <mxCell id="In8fDh9ZLN2M87an2Miy-139" parent="1" style="rhombus;whiteSpace=wrap;html=1;" value="casa -&amp;gt; domestic amount = loan_amount" vertex="1">
          <mxGeometry height="180" width="172.5" x="4699.5" y="2190" as="geometry" />
        </mxCell>
        <mxCell id="In8fDh9ZLN2M87an2Miy-147" edge="1" parent="1" source="In8fDh9ZLN2M87an2Miy-144" style="edgeStyle=orthogonalEdgeStyle;rounded=0;orthogonalLoop=1;jettySize=auto;html=1;" target="In8fDh9ZLN2M87an2Miy-146" value="">
          <mxGeometry relative="1" as="geometry" />
        </mxCell>
        <mxCell id="In8fDh9ZLN2M87an2Miy-144" parent="1" style="whiteSpace=wrap;html=1;" value="Trigger CGW" vertex="1">
          <mxGeometry height="60" width="120" x="4484.5" y="2482.5" as="geometry" />
        </mxCell>
        <mxCell id="In8fDh9ZLN2M87an2Miy-148" edge="1" parent="1" source="In8fDh9ZLN2M87an2Miy-146" style="edgeStyle=orthogonalEdgeStyle;rounded=0;orthogonalLoop=1;jettySize=auto;html=1;entryX=0.5;entryY=1;entryDx=0;entryDy=0;" target="In8fDh9ZLN2M87an2Miy-113">
          <mxGeometry relative="1" as="geometry" />
        </mxCell>
        <mxCell id="In8fDh9ZLN2M87an2Miy-150" edge="1" parent="1" source="In8fDh9ZLN2M87an2Miy-146" style="edgeStyle=orthogonalEdgeStyle;rounded=0;orthogonalLoop=1;jettySize=auto;html=1;" target="In8fDh9ZLN2M87an2Miy-149" value="">
          <mxGeometry relative="1" as="geometry" />
        </mxCell>
        <mxCell id="In8fDh9ZLN2M87an2Miy-146" parent="1" style="rhombus;whiteSpace=wrap;html=1;" value="200" vertex="1">
          <mxGeometry height="80" width="80" x="4704.5" y="2472.5" as="geometry" />
        </mxCell>
        <mxCell id="In8fDh9ZLN2M87an2Miy-149" parent="1" style="whiteSpace=wrap;html=1;" value="next_retry_at = now + 5min" vertex="1">
          <mxGeometry height="60" width="155" x="4667" y="2622.5" as="geometry" />
        </mxCell>
        <mxCell id="In8fDh9ZLN2M87an2Miy-154" edge="1" parent="1" source="In8fDh9ZLN2M87an2Miy-152" style="edgeStyle=orthogonalEdgeStyle;rounded=0;orthogonalLoop=1;jettySize=auto;html=1;entryX=0;entryY=0.5;entryDx=0;entryDy=0;" target="In8fDh9ZLN2M87an2Miy-153">
          <mxGeometry relative="1" as="geometry" />
        </mxCell>
        <mxCell id="In8fDh9ZLN2M87an2Miy-176" edge="1" parent="1" source="In8fDh9ZLN2M87an2Miy-152" style="edgeStyle=orthogonalEdgeStyle;rounded=0;orthogonalLoop=1;jettySize=auto;html=1;" target="In8fDh9ZLN2M87an2Miy-175" value="">
          <mxGeometry relative="1" as="geometry" />
        </mxCell>
        <mxCell id="In8fDh9ZLN2M87an2Miy-152" parent="1" style="rhombus;whiteSpace=wrap;html=1;" value="Polaris&lt;br&gt;/loan/&lt;span style=&quot;color: rgb(33, 33, 33); font-family: Inter, system-ui, -apple-system, &amp;quot;system-ui&amp;quot;, &amp;quot;Segoe UI&amp;quot;, Roboto, Oxygen, Ubuntu, Cantarell, &amp;quot;Fira Sans&amp;quot;, &amp;quot;Droid Sans&amp;quot;, Helvetica, Arial, sans-serif; text-align: left; white-space: pre-wrap; background-color: rgb(255, 255, 255);&quot;&gt;getAccountDetail&lt;/span&gt;&lt;br&gt;loan_application.amount &amp;lt;= polaris.available_amount" vertex="1">
          <mxGeometry height="190" width="230" x="1802.5" y="1060" as="geometry" />
        </mxCell>
        <mxCell id="In8fDh9ZLN2M87an2Miy-158" edge="1" parent="1" source="In8fDh9ZLN2M87an2Miy-153" style="edgeStyle=orthogonalEdgeStyle;rounded=0;orthogonalLoop=1;jettySize=auto;html=1;entryX=0;entryY=0.5;entryDx=0;entryDy=0;" target="In8fDh9ZLN2M87an2Miy-157">
          <mxGeometry relative="1" as="geometry" />
        </mxCell>
        <mxCell id="In8fDh9ZLN2M87an2Miy-153" parent="1" style="whiteSpace=wrap;html=1;" value="Polaris /loan/&lt;span style=&quot;color: rgb(33, 33, 33); font-family: Inter, system-ui, -apple-system, &amp;quot;system-ui&amp;quot;, &amp;quot;Segoe UI&amp;quot;, Roboto, Oxygen, Ubuntu, Cantarell, &amp;quot;Fira Sans&amp;quot;, &amp;quot;Droid Sans&amp;quot;, Helvetica, Arial, sans-serif; text-align: left; white-space: pre-wrap; background-color: rgb(255, 255, 255);&quot;&gt;grantLoanNonCash&lt;br/&gt;+ CGW trigger&lt;/span&gt;" vertex="1">
          <mxGeometry height="60" width="170" x="2120" y="1125" as="geometry" />
        </mxCell>
        <mxCell id="In8fDh9ZLN2M87an2Miy-177" edge="1" parent="1" source="In8fDh9ZLN2M87an2Miy-157" style="edgeStyle=orthogonalEdgeStyle;rounded=0;orthogonalLoop=1;jettySize=auto;html=1;entryX=0;entryY=0.5;entryDx=0;entryDy=0;" target="In8fDh9ZLN2M87an2Miy-105">
          <mxGeometry relative="1" as="geometry">
            <Array as="points">
              <mxPoint x="2400" y="1427" />
            </Array>
            <mxPoint x="2809.5" y="1427.5" as="targetPoint" />
          </mxGeometry>
        </mxCell>
        <mxCell id="In8fDh9ZLN2M87an2Miy-157" parent="1" style="rhombus;whiteSpace=wrap;html=1;" value="200" vertex="1">
          <mxGeometry height="80" width="80" x="2360" y="1115" as="geometry" />
        </mxCell>
        <mxCell id="In8fDh9ZLN2M87an2Miy-164" edge="1" parent="1" source="In8fDh9ZLN2M87an2Miy-161" style="edgeStyle=orthogonalEdgeStyle;rounded=0;orthogonalLoop=1;jettySize=auto;html=1;" target="In8fDh9ZLN2M87an2Miy-162" value="">
          <mxGeometry relative="1" as="geometry" />
        </mxCell>
        <mxCell id="In8fDh9ZLN2M87an2Miy-161" parent="1" style="rounded=0;whiteSpace=wrap;html=1;" value="loan account row lock" vertex="1">
          <mxGeometry height="60" width="145" x="895" y="1125" as="geometry" />
        </mxCell>
        <mxCell id="In8fDh9ZLN2M87an2Miy-165" edge="1" parent="1" source="In8fDh9ZLN2M87an2Miy-162" style="edgeStyle=orthogonalEdgeStyle;rounded=0;orthogonalLoop=1;jettySize=auto;html=1;" target="In8fDh9ZLN2M87an2Miy-12">
          <mxGeometry relative="1" as="geometry" />
        </mxCell>
        <mxCell id="In8fDh9ZLN2M87an2Miy-162" parent="1" style="rounded=0;whiteSpace=wrap;html=1;" value="&lt;span style=&quot;font-weight: 700; text-align: left;&quot;&gt;ROWLOCK - loan_limits.held_amount += amount&lt;/span&gt;" vertex="1">
          <mxGeometry height="60" width="215" x="1120" y="1125" as="geometry" />
        </mxCell>
        <mxCell id="In8fDh9ZLN2M87an2Miy-184" edge="1" parent="1" source="In8fDh9ZLN2M87an2Miy-166" style="edgeStyle=orthogonalEdgeStyle;rounded=0;orthogonalLoop=1;jettySize=auto;html=1;" target="In8fDh9ZLN2M87an2Miy-183" value="">
          <mxGeometry relative="1" as="geometry" />
        </mxCell>
        <mxCell id="In8fDh9ZLN2M87an2Miy-166" parent="1" style="swimlane;fontStyle=0;childLayout=stackLayout;horizontal=1;startSize=30;horizontalStack=0;resizeParent=1;resizeParentMax=0;resizeLast=0;collapsible=1;marginBottom=0;whiteSpace=wrap;html=1;" value="Loan issued" vertex="1">
          <mxGeometry height="120" width="210" x="2590" y="1130" as="geometry" />
        </mxCell>
        <mxCell id="In8fDh9ZLN2M87an2Miy-167" parent="In8fDh9ZLN2M87an2Miy-166" style="text;strokeColor=none;fillColor=none;align=left;verticalAlign=middle;spacingLeft=4;spacingRight=4;overflow=hidden;points=[[0,0.5],[1,0.5]];portConstraint=eastwest;rotatable=0;whiteSpace=wrap;html=1;" value="loan_application = approved" vertex="1">
          <mxGeometry height="30" width="210" y="30" as="geometry" />
        </mxCell>
        <mxCell id="In8fDh9ZLN2M87an2Miy-168" parent="In8fDh9ZLN2M87an2Miy-166" style="text;strokeColor=none;fillColor=none;align=left;verticalAlign=middle;spacingLeft=4;spacingRight=4;overflow=hidden;points=[[0,0.5],[1,0.5]];portConstraint=eastwest;rotatable=0;whiteSpace=wrap;html=1;" value="create loan" vertex="1">
          <mxGeometry height="30" width="210" y="60" as="geometry" />
        </mxCell>
        <mxCell id="In8fDh9ZLN2M87an2Miy-169" parent="In8fDh9ZLN2M87an2Miy-166" style="text;strokeColor=none;fillColor=none;align=left;verticalAlign=middle;spacingLeft=4;spacingRight=4;overflow=hidden;points=[[0,0.5],[1,0.5]];portConstraint=eastwest;rotatable=0;whiteSpace=wrap;html=1;" value="release lock" vertex="1">
          <mxGeometry height="30" width="210" y="90" as="geometry" />
        </mxCell>
        <mxCell id="In8fDh9ZLN2M87an2Miy-170" edge="1" parent="1" source="In8fDh9ZLN2M87an2Miy-157" style="edgeStyle=orthogonalEdgeStyle;rounded=0;orthogonalLoop=1;jettySize=auto;html=1;entryX=0.003;entryY=0.156;entryDx=0;entryDy=0;entryPerimeter=0;" target="In8fDh9ZLN2M87an2Miy-166">
          <mxGeometry relative="1" as="geometry" />
        </mxCell>
        <mxCell id="In8fDh9ZLN2M87an2Miy-174" parent="1" style="text;html=1;whiteSpace=wrap;strokeColor=none;fillColor=none;align=center;verticalAlign=middle;rounded=0;" value="&lt;div style=&quot;background-color:#ffffff;color:#080808&quot;&gt;&lt;pre style=&quot;font-family:&#39;JetBrains Mono&#39;,monospace;font-size:9.8pt;&quot;&gt;&lt;span style=&quot;color:#9e880d;&quot;&gt;@Transactional&lt;/span&gt;(propagation = &lt;span style=&quot;color:#000000;&quot;&gt;Propagation&lt;/span&gt;.&lt;span style=&quot;color:#871094;font-style:italic;&quot;&gt;REQUIRES_NEW&lt;/span&gt;)&lt;/pre&gt;&lt;/div&gt;" vertex="1">
          <mxGeometry height="30" width="240" x="1200" y="1010" as="geometry" />
        </mxCell>
        <mxCell id="In8fDh9ZLN2M87an2Miy-175" parent="1" style="whiteSpace=wrap;html=1;" value="Rollback, return error" vertex="1">
          <mxGeometry height="60" width="132.5" x="1851.25" y="1295" as="geometry" />
        </mxCell>
        <mxCell id="In8fDh9ZLN2M87an2Miy-186" edge="1" parent="1" source="In8fDh9ZLN2M87an2Miy-183" style="edgeStyle=orthogonalEdgeStyle;rounded=0;orthogonalLoop=1;jettySize=auto;html=1;" target="In8fDh9ZLN2M87an2Miy-185" value="">
          <mxGeometry relative="1" as="geometry" />
        </mxCell>
        <mxCell id="In8fDh9ZLN2M87an2Miy-187" edge="1" parent="1" source="In8fDh9ZLN2M87an2Miy-183" style="edgeStyle=orthogonalEdgeStyle;rounded=0;orthogonalLoop=1;jettySize=auto;html=1;" target="In8fDh9ZLN2M87an2Miy-105">
          <mxGeometry relative="1" as="geometry">
            <Array as="points">
              <mxPoint x="2995" y="1427" />
            </Array>
          </mxGeometry>
        </mxCell>
        <mxCell id="In8fDh9ZLN2M87an2Miy-183" parent="1" style="rhombus;whiteSpace=wrap;html=1;fontStyle=0;startSize=30;horizontal=1;" value="db transaction success?" vertex="1">
          <mxGeometry height="135" width="130" x="2930" y="1122.5" as="geometry" />
        </mxCell>
        <mxCell id="In8fDh9ZLN2M87an2Miy-185" parent="1" style="whiteSpace=wrap;html=1;fontStyle=0;startSize=30;horizontal=1;" value="return success to client" vertex="1">
          <mxGeometry height="60" width="120" x="3145" y="1160" as="geometry" />
        </mxCell>
        <mxCell id="In8fDh9ZLN2M87an2Miy-189" parent="1" style="text;html=1;whiteSpace=wrap;strokeColor=none;fillColor=none;align=center;verticalAlign=middle;rounded=0;fontSize=26;" value="&lt;div style=&quot;background-color:#ffffff;color:#080808&quot;&gt;&lt;pre style=&quot;font-family: &amp;quot;JetBrains Mono&amp;quot;, monospace;&quot;&gt;&lt;span style=&quot;color:#9e880d;&quot;&gt;@Transactional&lt;/span&gt;(propagation = &lt;span style=&quot;color:#000000;&quot;&gt;Propagation&lt;/span&gt;.&lt;span style=&quot;color:#871094;font-style:italic;&quot;&gt;REQUIRES_NEW&lt;/span&gt;)&lt;/pre&gt;&lt;/div&gt;" vertex="1">
          <mxGeometry height="30" width="240" x="4918.87" y="1265" as="geometry" />
        </mxCell>
      </root>
    </mxGraphModel>
  </diagram>
</mxfile>
